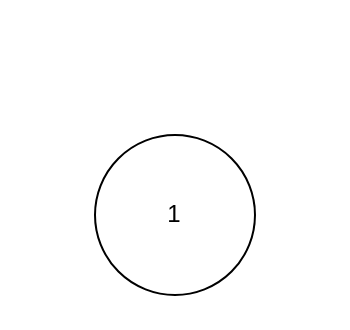
BaiRuic/test keeps this draw.io diagram as 二叉树.drawio. Above is the earlier version. Source tidied: cells renumbered, new cells numbered last; positions are measured from the earlier drawing's top-left corner, leaving out a move shared by most shapes. Both pictures are drawn from the tidied source at 200%, with x=0, y=0 at pixel (94, 134).
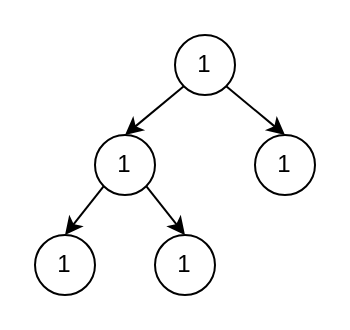
The same diagram, later.

Commit message (it also covers changes not shown here):
更新二叉树.drawio

Diff of the diagram source:
```diff
@@
 <mxGraphModel>
   <root>
     <mxCell id="0" />
     <mxCell id="1" parent="0" />
+    <mxCell id="3" style="rounded=0;jettySize=auto;html=1;exitX=0;exitY=1;exitDx=0;exitDy=0;entryX=0.5;entryY=0;entryDx=0;entryDy=0;" parent="1" edge="1" source="2" target="5">
+      <mxGeometry relative="1" as="geometry" />
+    </mxCell>
+    <mxCell id="4" style="edgeStyle=none;rounded=0;jettySize=auto;html=1;exitX=1;exitY=1;exitDx=0;exitDy=0;entryX=0.5;entryY=0;entryDx=0;entryDy=0;" parent="1" edge="1" source="2" target="6">
+      <mxGeometry relative="1" as="geometry" />
+    </mxCell>
     <mxCell id="2" value="1" style="ellipse;whiteSpace=wrap;html=1;" parent="1" vertex="1">
-      <mxGeometry width="80" height="80" as="geometry" />
+      <mxGeometry width="30" height="30" as="geometry" />
     </mxCell>
+    <mxCell id="5" value="1" style="ellipse;whiteSpace=wrap;html=1;" parent="1" vertex="1">
+      <mxGeometry x="-30" y="50" width="30" height="30" as="geometry" />
+    </mxCell>
+    <mxCell id="6" value="1" style="ellipse;whiteSpace=wrap;html=1;" parent="1" vertex="1">
+      <mxGeometry x="30" y="50" width="30" height="30" as="geometry" />
+    </mxCell>
+    <mxCell id="7" style="edgeStyle=none;rounded=0;jettySize=auto;html=1;exitX=0;exitY=1;exitDx=0;exitDy=0;entryX=0.5;entryY=0;entryDx=0;entryDy=0;" parent="1" edge="1" source="9" target="2">
+      <mxGeometry relative="1" as="geometry" />
+    </mxCell>
+    <mxCell id="8" style="edgeStyle=none;rounded=0;jettySize=auto;html=1;exitX=1;exitY=1;exitDx=0;exitDy=0;entryX=0.5;entryY=0;entryDx=0;entryDy=0;" parent="1" edge="1" source="9" target="10">
+      <mxGeometry relative="1" as="geometry" />
+    </mxCell>
+    <mxCell id="9" value="1" style="ellipse;whiteSpace=wrap;html=1;" parent="1" vertex="1">
+      <mxGeometry x="40" y="-50" width="30" height="30" as="geometry" />
+    </mxCell>
+    <mxCell id="10" value="1" style="ellipse;whiteSpace=wrap;html=1;" parent="1" vertex="1">
+      <mxGeometry x="80" width="30" height="30" as="geometry" />
+    </mxCell>
   </root>
 </mxGraphModel>
```
